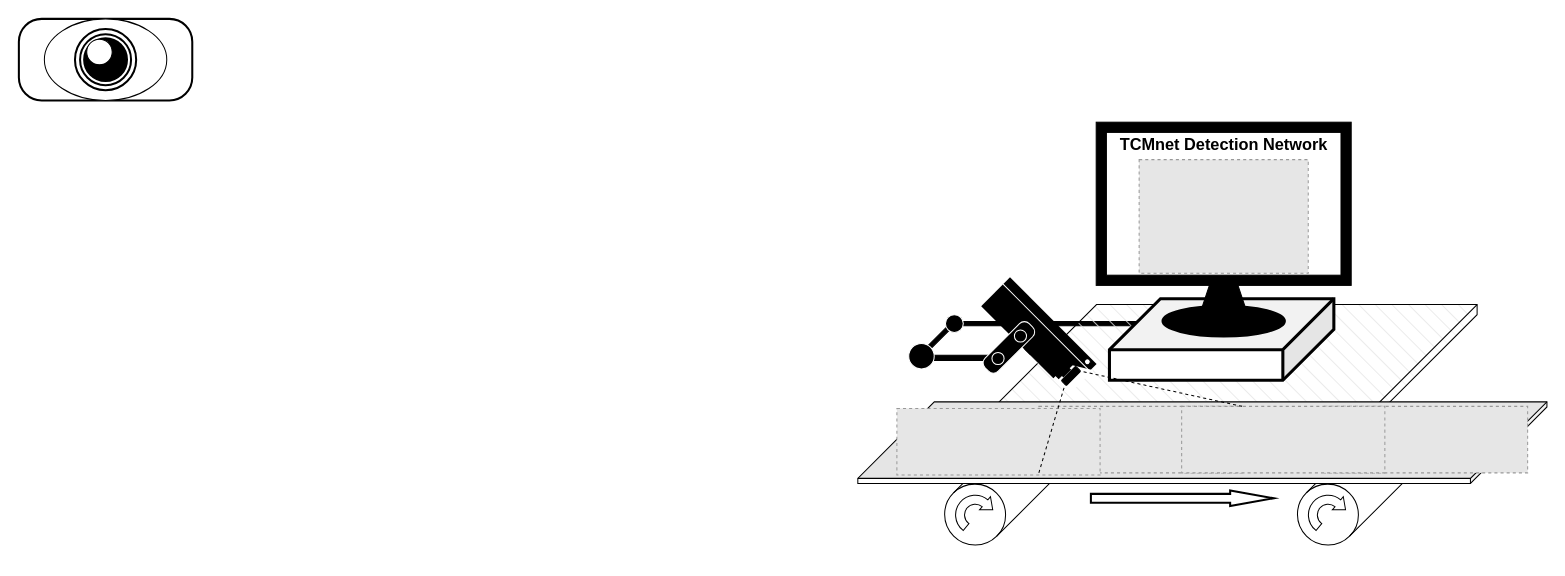
This is liushuixian.drawio from GPL1024/BigNews, a draw.io file, before an edit. Source tidied: cells renumbered, new cells numbered last; positions are measured from the earlier drawing's top-left corner, leaving out a move shared by most shapes. Both pictures are drawn from the tidied source at 102%, with x=0, y=0 at pixel (18, 18). Pictures stored in the file or linked from it are replaced by grey dashed boxes.
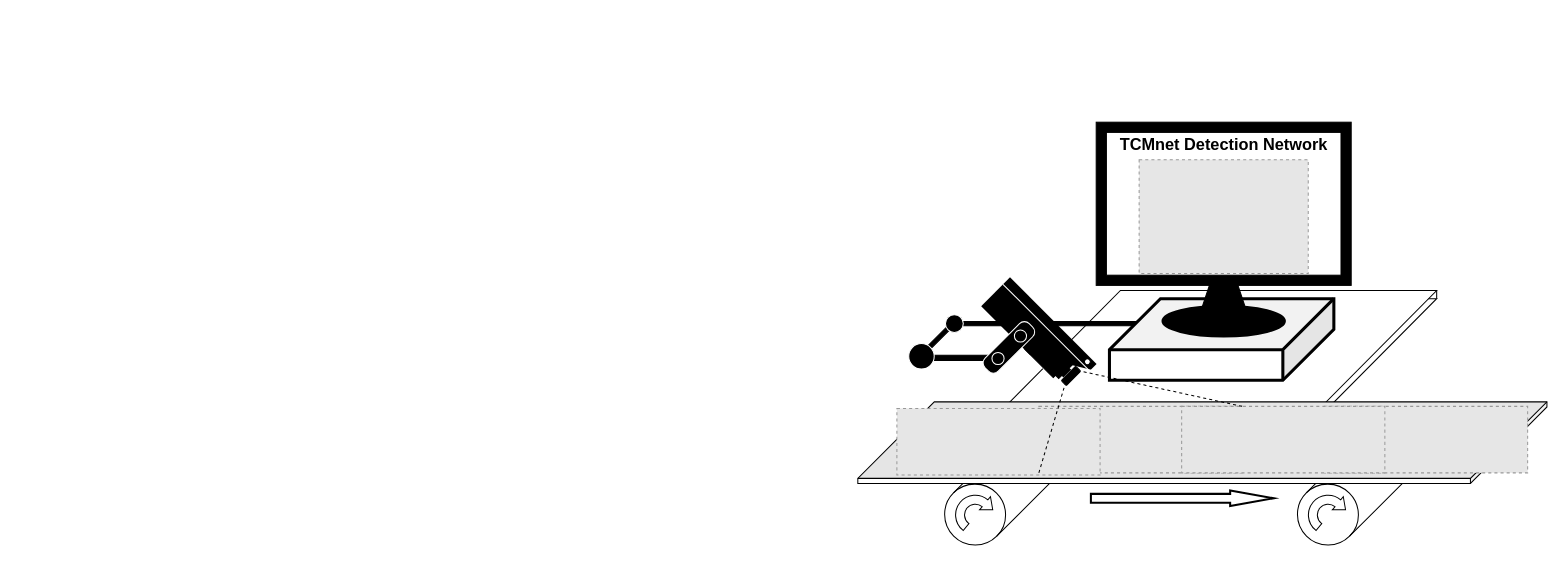
After the change.

Diff of the diagram source:
```diff
@@
+    <mxCell id="47" style="shape=parallelogram;perimeter=parallelogramPerimeter;whiteSpace=wrap;html=1;fixedSize=1;size=158.5899999999997;" parent="1" vertex="1">
+      <mxGeometry x="921.4" y="274.3" width="468.6" height="159.8" as="geometry" />
+    </mxCell>
+    <mxCell id="48" style="shape=parallelogram;perimeter=parallelogramPerimeter;whiteSpace=wrap;html=1;fixedSize=1;size=158.5899999999997;" parent="1" vertex="1">
+      <mxGeometry x="921.4" y="266.3" width="468.6" height="159.8" as="geometry" />
+    </mxCell>
@@
-    <mxCell id="9" style="shape=cube;whiteSpace=wrap;html=1;boundedLbl=1;backgroundOutline=1;darkOpacity=0.05;darkOpacity2=0.1;size=155;rotation=90;fillColor=#FFFFFF;fillStyle=hatch;" parent="1" vertex="1">
-      <mxGeometry x="1083.1" y="98.5" width="165" height="528.1" as="geometry" />
-    </mxCell>
@@
     <mxCell id="16" style="ellipse;whiteSpace=wrap;html=1;fillColor=#000000;strokeColor=#FFFFFF;" parent="1" vertex="1">
-      <mxGeometry x="872.4" y="318.2" width="25" height="25" as="geometry" />
+      <mxGeometry x="872.4" y="318.3" width="25" height="25" as="geometry" />
     </mxCell>
@@
-    <mxCell id="18" style="rounded=1;whiteSpace=wrap;html=1;arcSize=28;strokeWidth=2;" parent="1" vertex="1">
-      <mxGeometry width="170" height="80" as="geometry" />
-    </mxCell>
-    <mxCell id="19" style="ellipse;whiteSpace=wrap;html=1;" parent="1" vertex="1">
-      <mxGeometry x="25" width="120" height="80" as="geometry" />
-    </mxCell>
-    <mxCell id="20" style="ellipse;whiteSpace=wrap;html=1;strokeWidth=2;" parent="1" vertex="1">
-      <mxGeometry x="55" y="10" width="60" height="60" as="geometry" />
-    </mxCell>
-    <mxCell id="21" style="ellipse;whiteSpace=wrap;html=1;strokeWidth=2;" parent="1" vertex="1">
-      <mxGeometry x="60" y="15" width="50" height="50" as="geometry" />
-    </mxCell>
-    <mxCell id="22" style="ellipse;whiteSpace=wrap;html=1;strokeWidth=2;fillColor=#000000;" parent="1" vertex="1">
-      <mxGeometry x="64" y="19" width="42" height="42" as="geometry" />
-    </mxCell>
-    <mxCell id="23" style="ellipse;whiteSpace=wrap;html=1;strokeWidth=1;" parent="1" vertex="1">
-      <mxGeometry x="66.5" y="20" width="25" height="25" as="geometry" />
-    </mxCell>
@@
     <mxCell id="26" style="fillColor=#E6E6E6;strokeColor=#999999;dashed=1;verticalLabelPosition=bottom;labelBackgroundColor=default;verticalAlign=top;" parent="1" vertex="1">
-      <mxGeometry x="1098.3" y="138" width="165.8" height="111.5" as="geometry" />
+      <mxGeometry x="1098.3" y="138.1" width="165.8" height="111.5" as="geometry" />
     </mxCell>
     <mxCell id="27" value="&lt;b style=&quot;font-size: 16px;&quot;&gt;TCMnet Detection Network&lt;/b&gt;" style="text;html=1;align=center;verticalAlign=middle;strokeColor=none;fillColor=none;fontSize=16;" parent="1" vertex="1">
-      <mxGeometry x="1066.2" y="108" width="230" height="30" as="geometry" />
+      <mxGeometry x="1066.2" y="108.1" width="230" height="30" as="geometry" />
     </mxCell>
@@
     <mxCell id="35" style="rounded=0;whiteSpace=wrap;html=1;fillColor=#000000;rotation=45;" parent="1" vertex="1">
-      <mxGeometry x="991.2" y="312.2" width="39.4" height="30" as="geometry" />
+      <mxGeometry x="991.1" y="312.2" width="39.4" height="30" as="geometry" />
     </mxCell>
@@
     <mxCell id="40" style="endArrow=none;html=1;rounded=0;entryX=1;entryY=0.25;entryDx=0;entryDy=0;exitX=0;exitY=0.25;exitDx=0;exitDy=0;strokeColor=#ffffff;" parent="1" edge="1">
       <mxGeometry relative="1" as="geometry">
-        <mxPoint x="964.9" y="260.1" as="sourcePoint" />
+        <mxPoint x="964.8" y="260.2" as="sourcePoint" />
         <mxPoint x="1049.7" y="345" as="targetPoint" />
       </mxGeometry>
     </mxCell>
@@
+    <mxCell id="49" style="endArrow=none;html=1;rounded=0;exitX=1;exitY=0;exitDx=0;exitDy=0;entryX=1;entryY=0;entryDx=0;entryDy=0;" parent="1" edge="1" source="48" target="47">
+      <mxGeometry relative="1" as="geometry" />
+    </mxCell>
```
